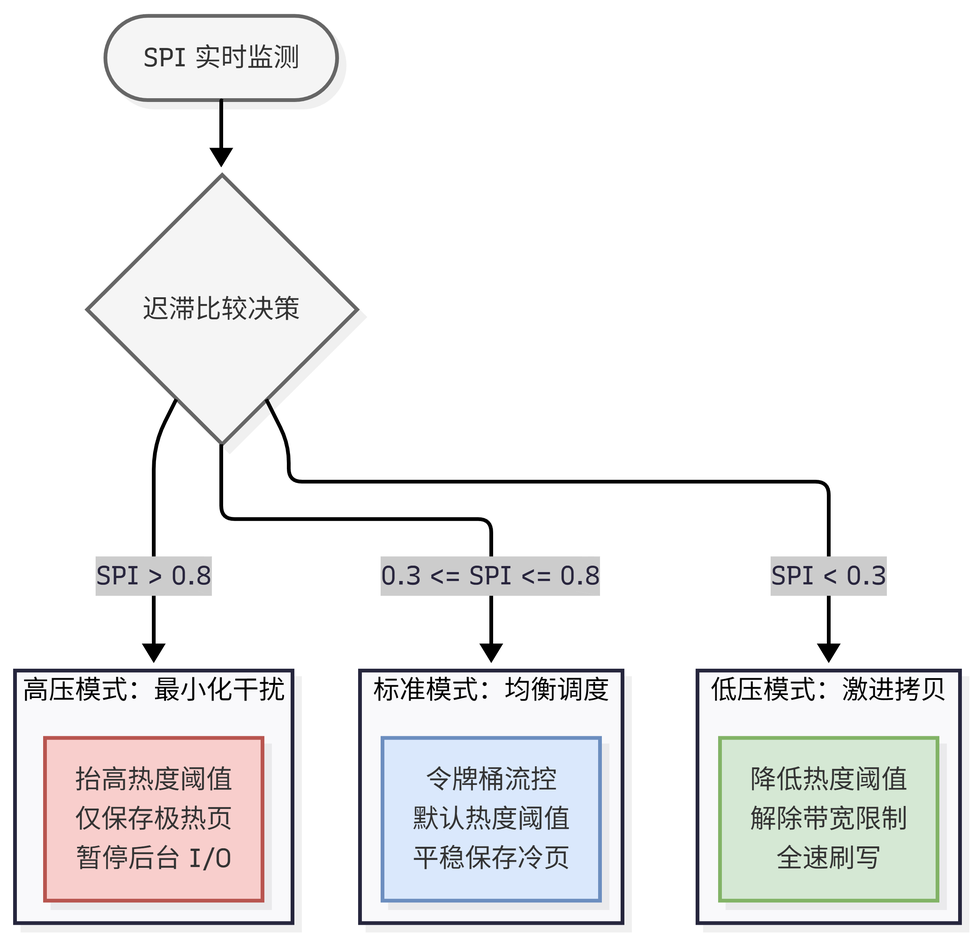
Before: figures/spi.png, a diagram exported from Mermaid (Soul-of-Sky/lunwen). Its source is kept beside it as figures/spi.mmd.
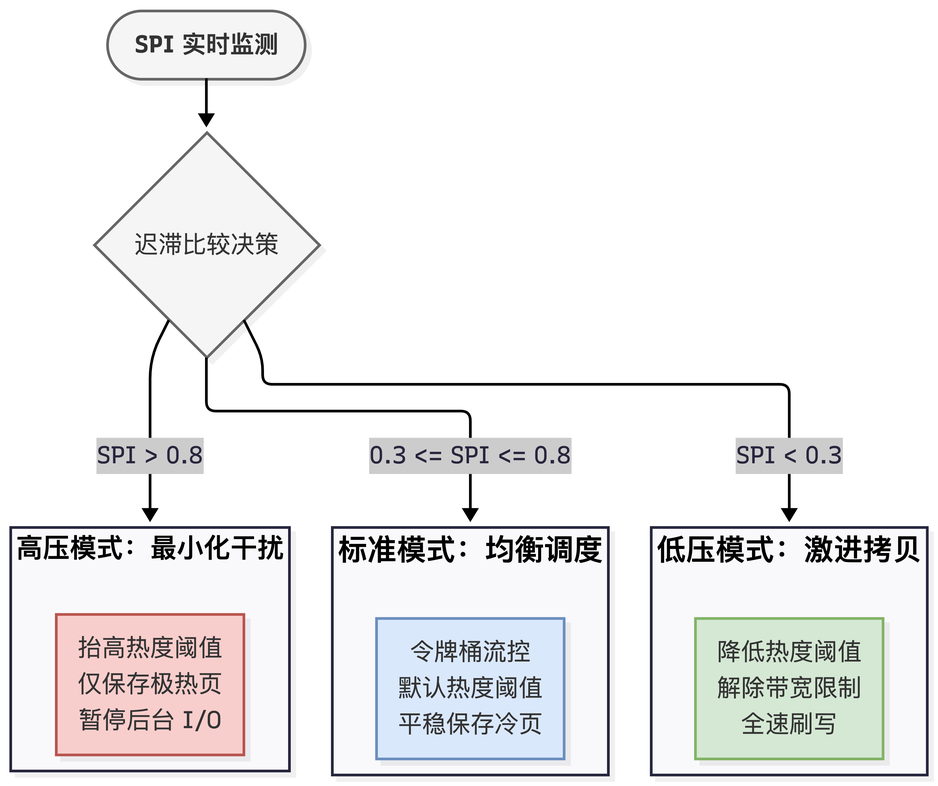
Later version of the same file.

Diff of the diagram source:
```diff
@@ -1,34 +1,33 @@
----
-config:
-  layout: elk
----
+%%{init: { "theme": "", "flowchart": { "defaultRenderer": "elk" } } }%%
 flowchart TB
- subgraph High["高压模式：最小化干扰"]
-    direction TB
-        H_Action["抬高热度阈值<br>仅保存极热页<br>暂停后台 I/O"]
-  end
- subgraph Standard["标准模式：均衡调度"]
-    direction TB
-        S_Action["令牌桶流控<br>默认热度阈值<br>平稳保存冷页"]
-  end
- subgraph Low["低压模式：激进拷贝"]
-    direction TB
-        L_Action["降低热度阈值<br>解除带宽限制<br>全速刷写"]
-  end
-    Input(["SPI 实时监测"]) --> Decision{"迟滞比较决策"}
-    Decision -- "SPI > 0.8" --> High
-    Decision -- "0.3 &lt;= SPI &lt;= 0.8" --> Standard
-    Decision -- "SPI &lt; 0.3" --> Low
+    classDef highMode fill:#f8cecc,stroke:#b85450,stroke-width:2px,color:#333,font-size:18px;
+    classDef stdMode fill:#dae8fc,stroke:#6c8ebf,stroke-width:2px,color:#333,font-size:18px;
+    classDef lowMode fill:#d5e8d4,stroke:#82b366,stroke-width:2px,color:#333,font-size:18px;
+    classDef logicNode fill:#f5f5f5,stroke:#666,stroke-width:2px,color:#333,font-size:18px;
 
-     H_Action:::highMode
-     S_Action:::stdMode
-     L_Action:::lowMode
-     Input:::logicNode
-     Decision:::logicNode
-    classDef highMode fill:#f8cecc,stroke:#b85450,stroke-width:2px,color:#333
-    classDef stdMode fill:#dae8fc,stroke:#6c8ebf,stroke-width:2px,color:#333
-    classDef lowMode fill:#d5e8d4,stroke:#82b366,stroke-width:2px,color:#333
-    classDef logicNode fill:#f5f5f5,stroke:#666,stroke-width:2px,stroke-dasharray: 5 5,color:#333
-    classDef invisible fill:none,stroke:none
-    style Input stroke-width:2px,stroke-dasharray: 0
-    style Decision stroke-width:2px,stroke-dasharray: 0
+    Input(["<span style='font-weight:bold'>SPI 实时监测</span>"]):::logicNode
+    Decision{"迟滞比较决策"}:::logicNode
+
+    Input --> Decision
+
+    subgraph High ["<div style='margin-bottom:20px; font-size:20px; font-weight:bold;'>高压模式：最小化干扰</div>"]
+        direction TB
+        H_Action["抬高热度阈值<br>仅保存极热页<br>暂停后台 I/O"]:::highMode
+    end
+
+    subgraph Standard ["<div style='margin-bottom:20px; font-size:22px; font-weight:bold;'>标准模式：均衡调度</div>"]
+        direction TB
+        S_Action["令牌桶流控<br>默认热度阈值<br>平稳保存冷页"]:::stdMode
+    end
+
+    subgraph Low ["<div style='margin-bottom:20px; font-size:22px; font-weight:bold;'>低压模式：激进拷贝</div>"]
+        direction TB
+        L_Action["降低热度阈值<br>解除带宽限制<br>全速刷写"]:::lowMode
+    end
+
+    Decision -- "<span style='font-size:18px;'>SPI > 0.8</span>" --> High
+    Decision -- "<span style='font-size:18px;'>0.3 <= SPI <= 0.8</span>" --> Standard
+    Decision -- "<span style='font-size:18px;'>SPI < 0.3</span>" --> Low
+
+    style Input stroke-dasharray: 0
+    style Decision stroke-dasharray: 0
```
